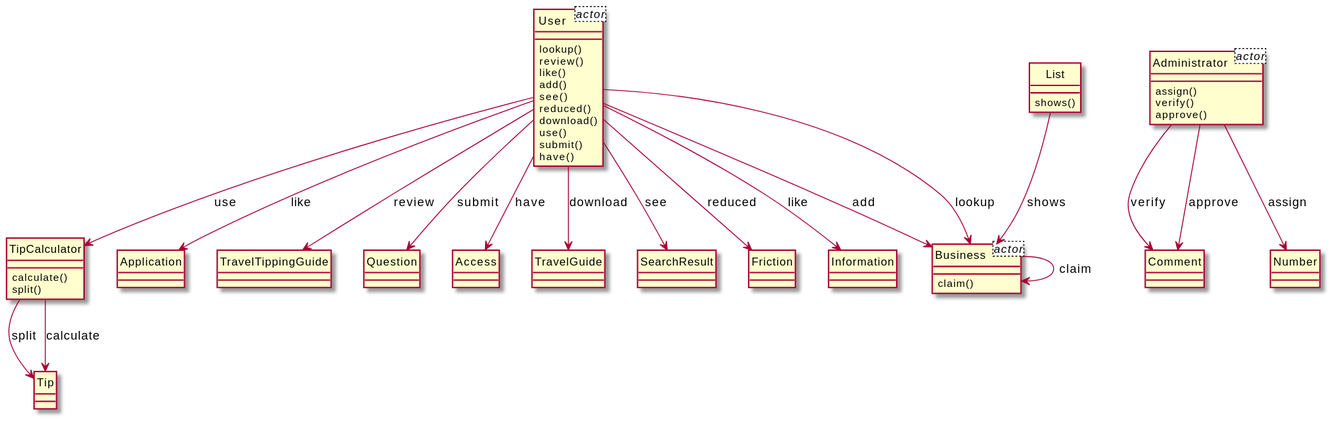
Before: output/diagram_5/2014-USC-Project09.svg, a diagram exported from PlantUML (xixixhalu/DomainModelExtractor).
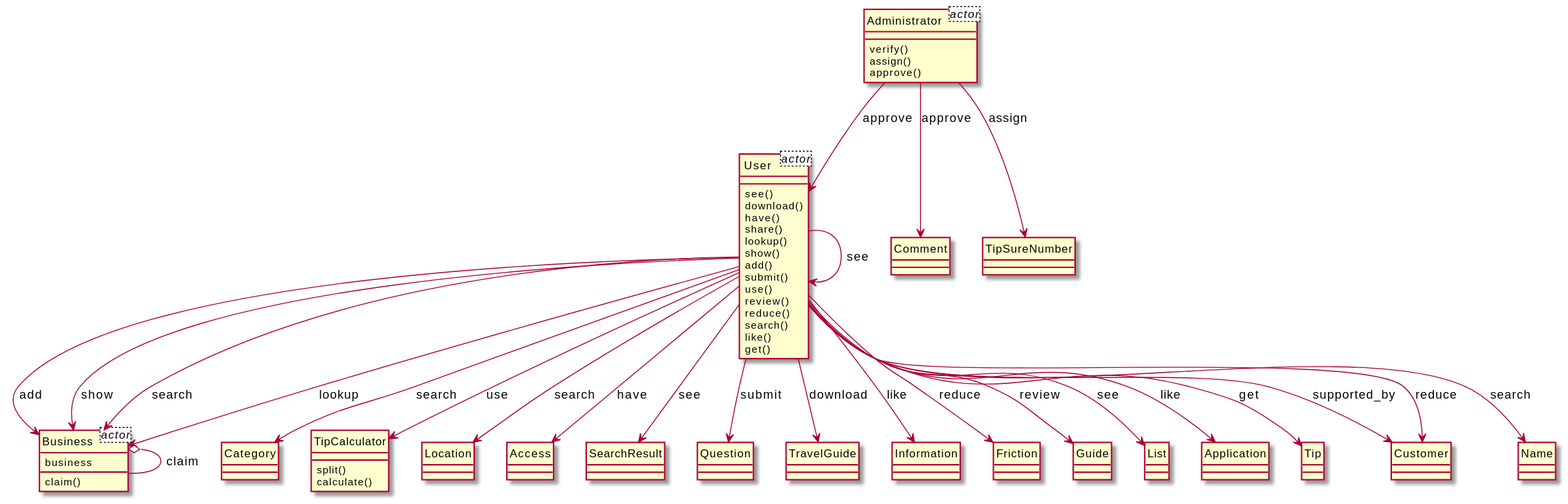
The same diagram one commit later.

Diff of the diagram source:
```diff
@@ -3,74 +3,93 @@
 class User<actor> {
 }
 class Business<actor> {
+	business
 }
 class Administrator<actor> {
 }
-class TipCalculator {
-	calculate()
-	split()
+class User {
+	see()
+	download()
+	have()
+	share()
+	lookup()
+	show()
+	add()
+	submit()
+	use()
+	review()
+	reduce()
+	search()
+	like()
+	get()
 }
-class Tip {
-}
-class User {
-	lookup()
-	review()
-	like()
-	add()
-	see()
-	reduced()
-	download()
-	use()
-	submit()
-	have()
-}
-class Application {
-}
-class TravelTippingGuide {
+class Category {
 }
 class Administrator {
+	verify()
 	assign()
-	verify()
 	approve()
-}
-class Comment {
-}
-class Question {
 }
 class Business {
 	claim()
 }
-class Number {
+class TipCalculator {
+	split()
+	calculate()
+}
+class Location {
 }
 class Access {
 }
+class SearchResult {
+}
+class Question {
+}
+class Comment {
+}
 class TravelGuide {
 }
-class List {
-	shows()
-}
-class SearchResult {
+class Information {
 }
 class Friction {
 }
-class Information {
+class Guide {
 }
-TipCalculator --> Tip : split
-User --> Friction : reduced
+class List {
+}
+class Application {
+}
+class Tip {
+}
+class Customer {
+}
+class Name {
+}
+class TipSureNumber {
+}
+User --> Customer : supported_by
+User --> Business : add
+User --> Access : have
+User --> Application : like
+User --> Business : show
+User --> Location : search
+User --> TipCalculator : use
+User --> Tip : get
+Administrator --> User : approve
+User --> SearchResult : see
+User --> Customer : reduce
 User --> Question : submit
-User --> TravelTippingGuide : review
-Business --> Business : claim
+User --> Name : search
+Administrator --> Comment : approve
+User --> User : see
+Administrator --> TipSureNumber : assign
+User --> TravelGuide : download
+User --> Business : search
 User --> Information : like
-List --> Business : shows
-TipCalculator --> Tip : calculate
-User --> Access : have
+User --> Friction : reduce
+User --> List : see
 User --> Business : lookup
-User --> TipCalculator : use
-User --> SearchResult : see
-User --> Business : add
-Administrator --> Comment : verify
-User --> TravelGuide : download
-User --> Application : like
-Administrator --> Comment : approve
-Administrator --> Number : assign
+User --> Category : search
+User --> Guide : review
+Business o-- Business : claim
 @enduml
```
